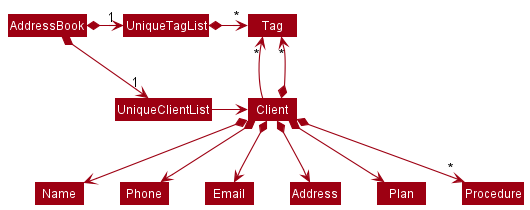
nus-cs2103-AY2122S2/tp keeps this PlantUML diagram as docs/images/BetterModelClassDiagram.png. Above is the earlier version.
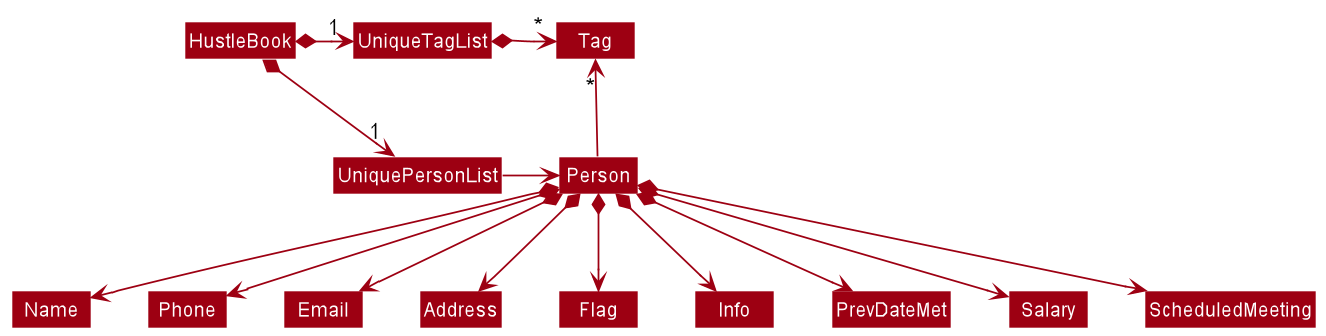
After the commit.

The edit, as a diff of the source:
```diff
@@ -4,21 +4,23 @@
 skinparam arrowColor MODEL_COLOR
 skinparam classBackgroundColor MODEL_COLOR
 
-AddressBook *-right-> "1" UniqueClientList
-AddressBook *-right-> "1" UniqueTagList
-UniqueTagList -[hidden]down- UniqueClientList
-UniqueTagList -[hidden]down- UniqueClientList
+HustleBook *-right-> "1" UniquePersonList
+HustleBook *-right-> "1" UniqueTagList
+UniqueTagList -[hidden]down- UniquePersonList
+UniqueTagList -[hidden]down- UniquePersonList
 
 UniqueTagList *-right-> "*" Tag
-UniqueClientList -right-> Client
+UniquePersonList -right-> Person
 
-Client -up-> "*" Tag
+Person -up-> "*" Tag
 
-Client *--> Name
-Client *--> Phone
-Client *--> Email
-Client *--> Address
-Client *--> Plan
-Client *--> "*" Tag
-Client *--> "*" Procedure
+Person *--> Name
+Person *--> Phone
+Person *--> Email
+Person *--> Address
+Person *--> Flag
+Person *--> Info
+Person *--> PrevDateMet
+Person *--> Salary
+Person *--> ScheduledMeeting
 @enduml
```
